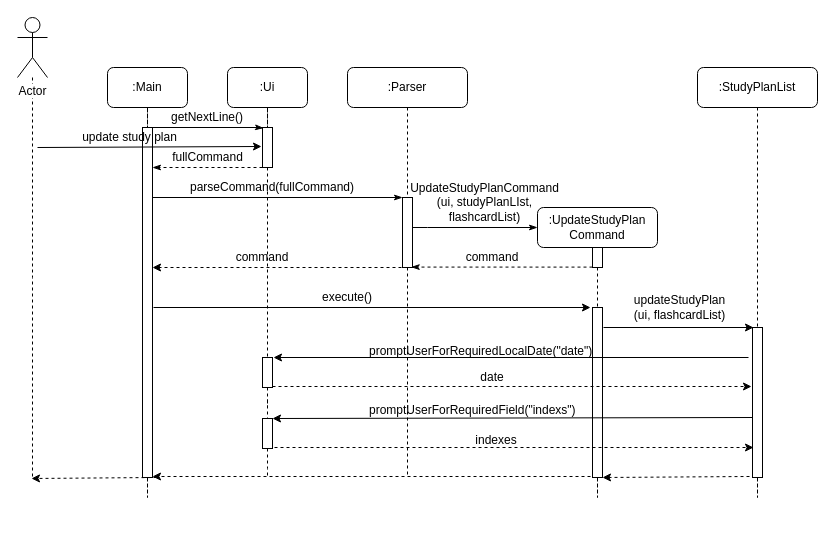
Earlier version of the draw.io diagram docs/images/updateStudyPlanSequenceDiagram.drawio (sliu107/tp). Source tidied: cells renumbered, new cells numbered last; positions are measured from the earlier drawing's top-left corner, leaving out a move shared by most shapes. Both pictures are drawn from the tidied source at 100%, with x=0, y=0 at pixel (17, 17).
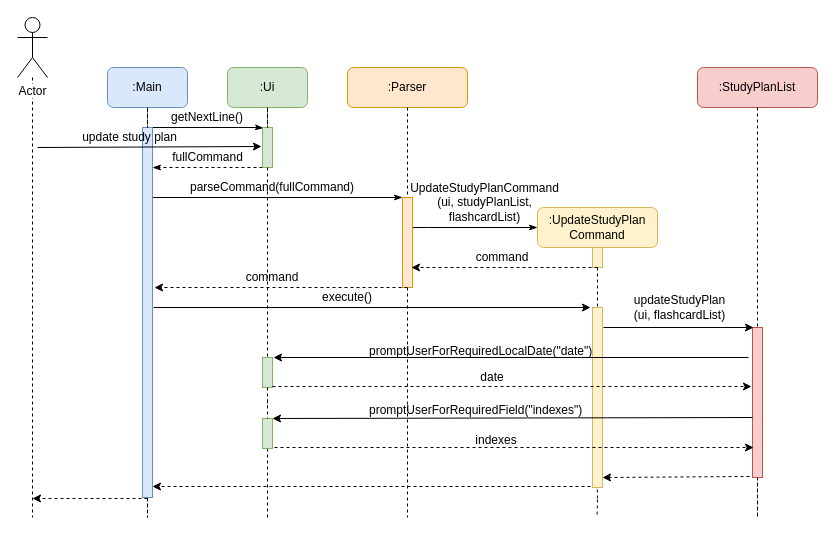
The same page after the edit.

Commit message (it also covers changes not shown here):
Update parser component and study plan features description in Developer Guide

The change refers to these unchanged cells:
```xml
<mxCell id="3" value="Actor" style="shape=umlActor;verticalLabelPosition=bottom;labelBackgroundColor=#ffffff;verticalAlign=top;html=1;" parent="1" vertex="1">
  <mxGeometry width="30" height="60" as="geometry" />
</mxCell>
```

The edit, as a diff of the source:
```diff
@@
+    <mxCell id="58" style="edgeStyle=orthogonalEdgeStyle;rounded=0;orthogonalLoop=1;jettySize=auto;html=1;dashed=1;endArrow=none;endFill=0;" parent="1" edge="1">
+      <mxGeometry relative="1" as="geometry">
+        <mxPoint x="579.5" y="460" as="sourcePoint" />
+        <mxPoint x="579.5" y="500" as="targetPoint" />
+      </mxGeometry>
+    </mxCell>
     <mxCell id="2" style="edgeStyle=orthogonalEdgeStyle;rounded=0;jettySize=auto;html=1;dashed=1;endArrow=none;endFill=0;" parent="1" edge="1" source="3">
       <mxGeometry relative="1" as="geometry">
-        <mxPoint x="15" y="460" as="targetPoint" />
+        <mxPoint x="15" y="500" as="targetPoint" />
       </mxGeometry>
     </mxCell>
@@
-    <mxCell id="4" style="edgeStyle=orthogonalEdgeStyle;rounded=0;jettySize=auto;html=1;dashed=1;endArrow=none;endFill=0;" parent="1" edge="1" source="34">
-      <mxGeometry relative="1" as="geometry">
-        <mxPoint x="580" y="460" as="targetPoint" />
-      </mxGeometry>
-    </mxCell>
-    <mxCell id="5" value=":UpdateStudyPlan&lt;br&gt;Command" style="rounded=1;whiteSpace=wrap;html=1;" parent="1" vertex="1">
+    <mxCell id="5" value=":UpdateStudyPlan&lt;br&gt;Command" style="rounded=1;whiteSpace=wrap;html=1;fillColor=#fff2cc;strokeColor=#d6b656;" parent="1" vertex="1">
       <mxGeometry x="520" y="190" width="120" height="40" as="geometry" />
     </mxCell>
     <mxCell id="6" style="edgeStyle=orthogonalEdgeStyle;rounded=0;jettySize=auto;html=1;dashed=1;endArrow=none;endFill=0;" parent="1" edge="1" source="39">
       <mxGeometry relative="1" as="geometry">
         <mxPoint x="740" y="460" as="targetPoint" />
+        <Array as="points">
+          <mxPoint x="740" y="500" />
+          <mxPoint x="740" y="500" />
+        </Array>
       </mxGeometry>
     </mxCell>
-    <mxCell id="7" value=":StudyPlanList" style="rounded=1;whiteSpace=wrap;html=1;" parent="1" vertex="1">
+    <mxCell id="7" value=":StudyPlanList" style="rounded=1;whiteSpace=wrap;html=1;fillColor=#f8cecc;strokeColor=#b85450;" parent="1" vertex="1">
       <mxGeometry x="680" y="50" width="120" height="40" as="geometry" />
     </mxCell>
     <mxCell id="8" style="edgeStyle=orthogonalEdgeStyle;rounded=0;jettySize=auto;html=1;dashed=1;endArrow=none;endFill=0;" parent="1" edge="1" source="56">
       <mxGeometry relative="1" as="geometry">
-        <mxPoint x="250" y="460" as="targetPoint" />
+        <mxPoint x="250" y="500" as="targetPoint" />
       </mxGeometry>
     </mxCell>
-    <mxCell id="9" value=":Ui" style="rounded=1;whiteSpace=wrap;html=1;" parent="1" vertex="1">
+    <mxCell id="9" value=":Ui" style="rounded=1;whiteSpace=wrap;html=1;fillColor=#d5e8d4;strokeColor=#82b366;" parent="1" vertex="1">
       <mxGeometry x="210" y="50" width="80" height="40" as="geometry" />
     </mxCell>
     <mxCell id="10" style="edgeStyle=orthogonalEdgeStyle;rounded=0;jettySize=auto;html=1;dashed=1;endArrow=none;endFill=0;" parent="1" edge="1" source="26">
       <mxGeometry relative="1" as="geometry">
-        <mxPoint x="390" y="460" as="targetPoint" />
+        <mxPoint x="390" y="500" as="targetPoint" />
       </mxGeometry>
     </mxCell>
-    <mxCell id="11" value=":Parser" style="rounded=1;whiteSpace=wrap;html=1;" parent="1" vertex="1">
+    <mxCell id="11" value=":Parser" style="rounded=1;whiteSpace=wrap;html=1;fillColor=#ffe6cc;strokeColor=#d79b00;" parent="1" vertex="1">
       <mxGeometry x="330" y="50" width="120" height="40" as="geometry" />
     </mxCell>
     <mxCell id="12" style="edgeStyle=orthogonalEdgeStyle;rounded=0;jettySize=auto;html=1;dashed=1;endArrow=none;endFill=0;" parent="1" edge="1" source="16">
       <mxGeometry relative="1" as="geometry">
         <mxPoint x="130" y="460" as="targetPoint" />
+        <Array as="points">
+          <mxPoint x="130" y="500" />
+          <mxPoint x="130" y="500" />
+        </Array>
       </mxGeometry>
     </mxCell>
-    <mxCell id="13" value=":Main" style="rounded=1;whiteSpace=wrap;html=1;" parent="1" vertex="1">
+    <mxCell id="13" value=":Main" style="rounded=1;whiteSpace=wrap;html=1;fillColor=#dae8fc;strokeColor=#6c8ebf;" parent="1" vertex="1">
       <mxGeometry x="90" y="50" width="80" height="40" as="geometry" />
     </mxCell>
@@
-    <mxCell id="16" style="html=1;points=[];perimeter=orthogonalPerimeter;" parent="1" vertex="1">
-      <mxGeometry x="125" y="110" width="10" height="350" as="geometry" />
+    <mxCell id="16" style="html=1;points=[];perimeter=orthogonalPerimeter;fillColor=#dae8fc;strokeColor=#6c8ebf;" parent="1" vertex="1">
+      <mxGeometry x="125" y="110" width="10" height="370" as="geometry" />
     </mxCell>
@@
-    <mxCell id="19" style="html=1;points=[];perimeter=orthogonalPerimeter;" parent="1" vertex="1">
+    <mxCell id="19" style="html=1;points=[];perimeter=orthogonalPerimeter;fillColor=#d5e8d4;strokeColor=#82b366;" parent="1" vertex="1">
       <mxGeometry x="245" y="110" width="10" height="40" as="geometry" />
     </mxCell>
@@
-    <mxCell id="26" style="html=1;points=[];perimeter=orthogonalPerimeter;" parent="1" vertex="1">
-      <mxGeometry x="385" y="180" width="10" height="70" as="geometry" />
+    <mxCell id="26" style="html=1;points=[];perimeter=orthogonalPerimeter;fillColor=#ffe6cc;strokeColor=#d79b00;" parent="1" vertex="1">
+      <mxGeometry x="385" y="180" width="10" height="90" as="geometry" />
     </mxCell>
@@
-    <mxCell id="29" value="UpdateStudyPlanCommand&lt;br&gt;(ui, studyPlanLIst, flashcardList)" style="text;html=1;strokeColor=none;fillColor=none;align=center;verticalAlign=middle;whiteSpace=wrap;rounded=0;" parent="1" vertex="1">
+    <mxCell id="29" value="UpdateStudyPlanCommand&lt;br&gt;(ui, studyPlanList, flashcardList)" style="text;html=1;strokeColor=none;fillColor=none;align=center;verticalAlign=middle;whiteSpace=wrap;rounded=0;" parent="1" vertex="1">
       <mxGeometry x="400" y="170" width="135" height="30" as="geometry" />
     </mxCell>
-    <mxCell id="30" style="edgeStyle=orthogonalEdgeStyle;rounded=0;jettySize=auto;html=1;endArrow=classicThin;endFill=1;entryX=0.873;entryY=0.994;entryDx=0;entryDy=0;entryPerimeter=0;dashed=1;" parent="1" edge="1" source="31" target="26">
-      <mxGeometry relative="1" as="geometry">
-        <Array as="points">
-          <mxPoint x="560" y="250" />
-        </Array>
-      </mxGeometry>
-    </mxCell>
-    <mxCell id="31" style="html=1;points=[];perimeter=orthogonalPerimeter;" parent="1" vertex="1">
+    <mxCell id="31" style="html=1;points=[];perimeter=orthogonalPerimeter;fillColor=#fff2cc;strokeColor=#d6b656;" parent="1" vertex="1">
       <mxGeometry x="575" y="230" width="10" height="20" as="geometry" />
     </mxCell>
     <mxCell id="32" value="command" style="text;html=1;strokeColor=none;fillColor=none;align=center;verticalAlign=middle;whiteSpace=wrap;rounded=0;" parent="1" vertex="1">
-      <mxGeometry x="430" y="230" width="90" height="20" as="geometry" />
+      <mxGeometry x="440" y="230" width="90" height="20" as="geometry" />
     </mxCell>
@@
-    <mxCell id="34" style="html=1;points=[];perimeter=orthogonalPerimeter;" parent="1" vertex="1">
-      <mxGeometry x="575" y="290" width="10" height="170" as="geometry" />
+    <mxCell id="34" style="html=1;points=[];perimeter=orthogonalPerimeter;fillColor=#fff2cc;strokeColor=#d6b656;" parent="1" vertex="1">
+      <mxGeometry x="575" y="290" width="10" height="180" as="geometry" />
     </mxCell>
@@
     <mxCell id="37" style="endArrow=classic;html=1;exitX=0.5;exitY=1;exitDx=0;exitDy=0;exitPerimeter=0;dashed=1;" parent="1" edge="1" source="26">
       <mxGeometry relative="1" as="geometry">
-        <mxPoint x="135" y="250" as="targetPoint" />
+        <mxPoint x="137" y="270" as="targetPoint" />
       </mxGeometry>
     </mxCell>
     <mxCell id="38" value="command" style="text;html=1;strokeColor=none;fillColor=none;align=center;verticalAlign=middle;whiteSpace=wrap;rounded=0;" parent="1" vertex="1">
-      <mxGeometry x="200" y="230" width="90" height="20" as="geometry" />
+      <mxGeometry x="210" y="250" width="90" height="20" as="geometry" />
     </mxCell>
-    <mxCell id="39" style="html=1;points=[];perimeter=orthogonalPerimeter;" parent="1" vertex="1">
+    <mxCell id="39" style="html=1;points=[];perimeter=orthogonalPerimeter;fillColor=#f8cecc;strokeColor=#b85450;" parent="1" vertex="1">
       <mxGeometry x="735" y="310" width="10" height="150" as="geometry" />
     </mxCell>
@@
-    <mxCell id="42" style="html=1;points=[];perimeter=orthogonalPerimeter;" parent="1" vertex="1">
+    <mxCell id="42" style="html=1;points=[];perimeter=orthogonalPerimeter;fillColor=#d5e8d4;strokeColor=#82b366;" parent="1" vertex="1">
       <mxGeometry x="245" y="340" width="10" height="30" as="geometry" />
     </mxCell>
@@
     <mxCell id="44" style="endArrow=classic;html=1;dashed=1;entryX=0.7;entryY=1;entryDx=0;entryDy=0;entryPerimeter=0;" parent="1" edge="1">
       <mxGeometry relative="1" as="geometry">
-        <mxPoint x="573" y="459" as="sourcePoint" />
-        <mxPoint x="135" y="459" as="targetPoint" />
+        <mxPoint x="573" y="469" as="sourcePoint" />
+        <mxPoint x="135" y="469" as="targetPoint" />
       </mxGeometry>
     </mxCell>
@@
-    <mxCell id="51" value="promptUserForRequiredField(&quot;indexs&quot;)" style="text;html=1;" parent="1" vertex="1">
+    <mxCell id="51" value="promptUserForRequiredField(&quot;indexes&quot;)" style="text;html=1;" parent="1" vertex="1">
       <mxGeometry x="350" y="379" width="210" height="30" as="geometry" />
     </mxCell>
@@
     <mxCell id="55" style="endArrow=classic;html=1;dashed=1;" parent="1" edge="1">
       <mxGeometry relative="1" as="geometry">
-        <mxPoint x="139" y="460" as="sourcePoint" />
-        <mxPoint x="14" y="461" as="targetPoint" />
+        <mxPoint x="130" y="481" as="sourcePoint" />
+        <mxPoint x="15" y="481" as="targetPoint" />
       </mxGeometry>
     </mxCell>
-    <mxCell id="56" style="html=1;points=[];perimeter=orthogonalPerimeter;" parent="1" vertex="1">
+    <mxCell id="56" style="html=1;points=[];perimeter=orthogonalPerimeter;fillColor=#d5e8d4;strokeColor=#82b366;" parent="1" vertex="1">
       <mxGeometry x="245" y="401" width="10" height="30" as="geometry" />
     </mxCell>
@@
+    <mxCell id="59" style="endArrow=classic;html=1;dashed=1;" parent="1" edge="1">
+      <mxGeometry relative="1" as="geometry">
+        <mxPoint x="580" y="250" as="sourcePoint" />
+        <mxPoint x="394" y="250" as="targetPoint" />
+      </mxGeometry>
+    </mxCell>
```
